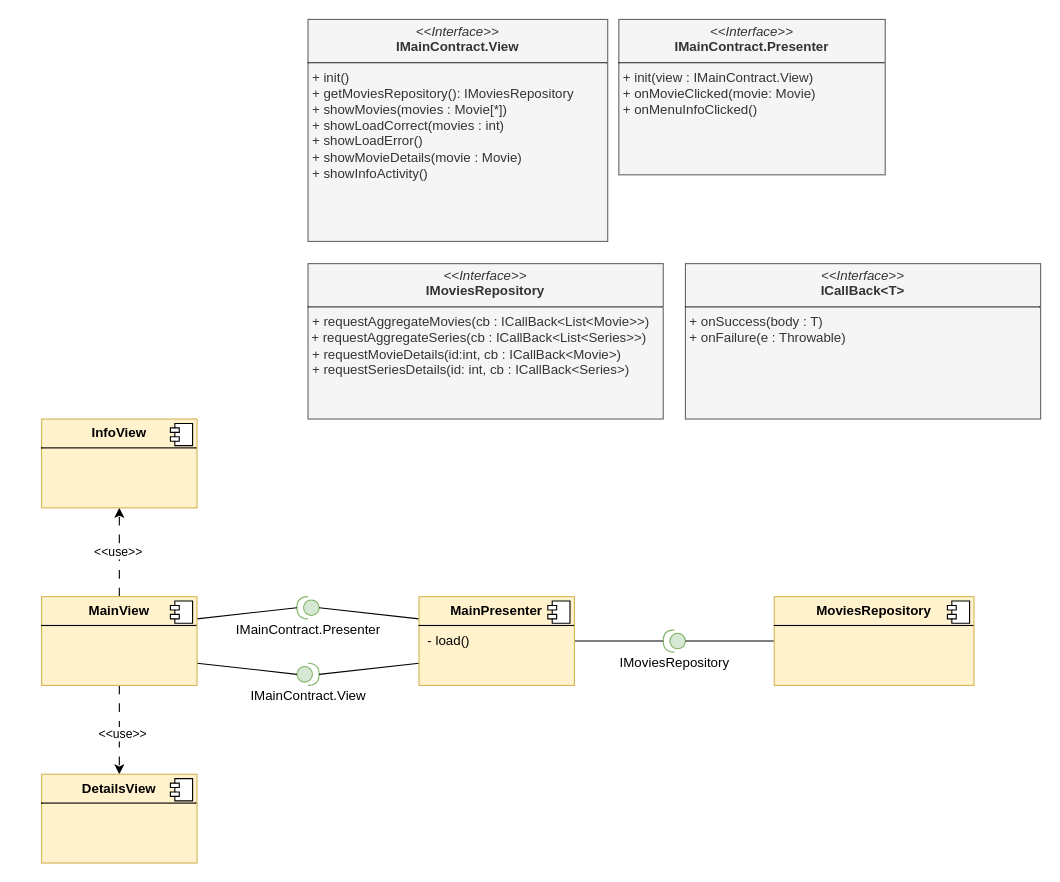
Above: Docs/Models/architecture.drawio in isunican/App-Movies-Grupo1 (draw.io), before the change. Source tidied: cells renumbered, new cells numbered last; positions are measured from the earlier drawing's top-left corner, leaving out a move shared by most shapes. Both pictures are drawn from the tidied source at 111%, with x=0, y=0 at pixel (41, 19).
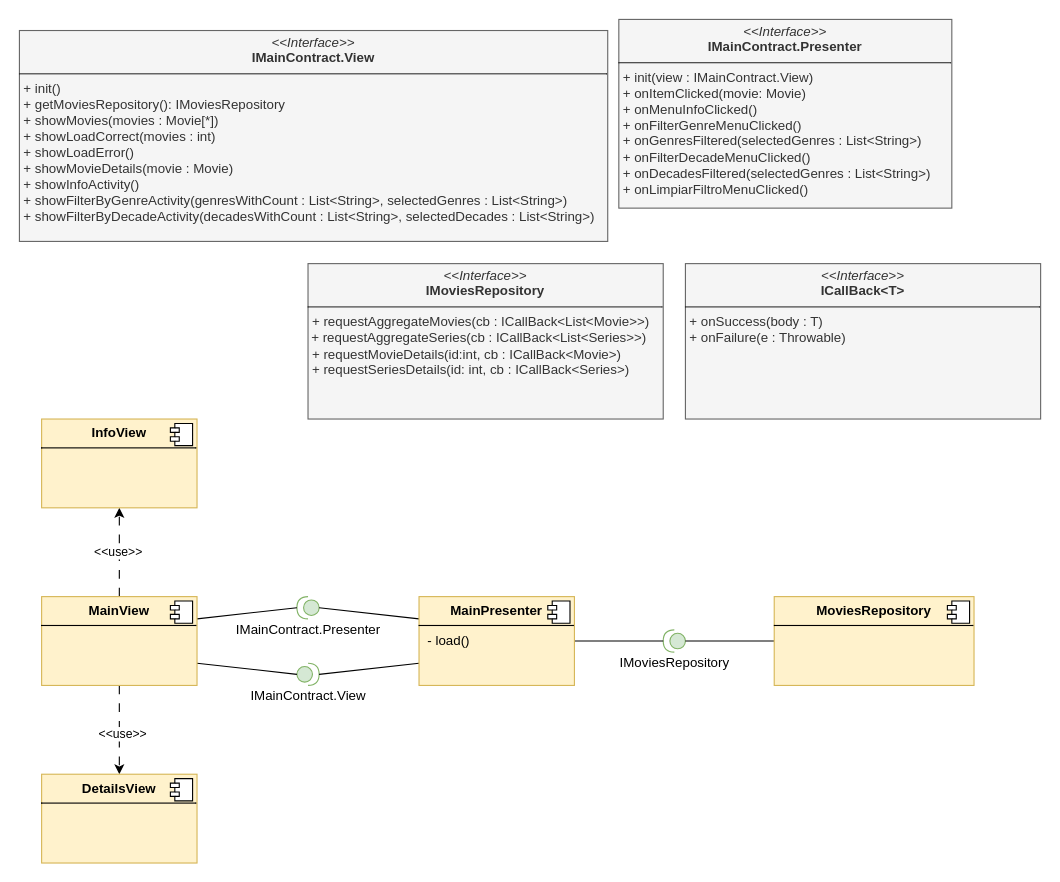
The same page after the edit.

Commit message:
Terminar el UML

What changed in the source:
```diff
@@
-    <mxCell id="2" value="&lt;p style=&quot;margin:0px;margin-top:4px;text-align:center;&quot;&gt;&lt;i&gt;&amp;lt;&amp;lt;Interface&amp;gt;&amp;gt;&lt;/i&gt;&lt;br&gt;&lt;b&gt;IMainContract.View&lt;/b&gt;&lt;/p&gt;&lt;hr size=&quot;1&quot; style=&quot;border-style:solid;&quot;&gt;&lt;p style=&quot;margin:0px;margin-left:4px;&quot;&gt;+ init()&lt;br&gt;+ getMoviesRepository(): IMoviesRepository&lt;/p&gt;&lt;p style=&quot;margin:0px;margin-left:4px;&quot;&gt;+ showMovies(movies : Movie[*])&lt;/p&gt;&lt;p style=&quot;margin:0px;margin-left:4px;&quot;&gt;+ showLoadCorrect(movies : int)&lt;/p&gt;&lt;p style=&quot;margin:0px;margin-left:4px;&quot;&gt;+ showLoadError()&lt;/p&gt;&lt;p style=&quot;margin:0px;margin-left:4px;&quot;&gt;+ showMovieDetails(movie : Movie)&lt;/p&gt;&lt;p style=&quot;margin:0px;margin-left:4px;&quot;&gt;+ showInfoActivity()&lt;/p&gt;" style="verticalAlign=top;align=left;overflow=fill;html=1;whiteSpace=wrap;fillColor=#f5f5f5;fontColor=#333333;strokeColor=#666666;" parent="1" vertex="1">
-      <mxGeometry x="240" width="270" height="200" as="geometry" />
+    <mxCell id="2" value="&lt;p style=&quot;margin:0px;margin-top:4px;text-align:center;&quot;&gt;&lt;i&gt;&amp;lt;&amp;lt;Interface&amp;gt;&amp;gt;&lt;/i&gt;&lt;br&gt;&lt;b&gt;IMainContract.View&lt;/b&gt;&lt;/p&gt;&lt;hr size=&quot;1&quot; style=&quot;border-style:solid;&quot;&gt;&lt;p style=&quot;margin:0px;margin-left:4px;&quot;&gt;+ init()&lt;br&gt;+ getMoviesRepository(): IMoviesRepository&lt;/p&gt;&lt;p style=&quot;margin:0px;margin-left:4px;&quot;&gt;+ showMovies(movies : Movie[*])&lt;/p&gt;&lt;p style=&quot;margin:0px;margin-left:4px;&quot;&gt;+ showLoadCorrect(movies : int)&lt;/p&gt;&lt;p style=&quot;margin:0px;margin-left:4px;&quot;&gt;+ showLoadError()&lt;/p&gt;&lt;p style=&quot;margin:0px;margin-left:4px;&quot;&gt;+ showMovieDetails(movie : Movie)&lt;/p&gt;&lt;p style=&quot;margin:0px;margin-left:4px;&quot;&gt;+ showInfoActivity()&lt;/p&gt;&lt;p style=&quot;margin:0px;margin-left:4px;&quot;&gt;+ showFilterByGenreActivity(genresWithCount : List&amp;lt;String&amp;gt;, selectedGenres : List&amp;lt;String&amp;gt;)&lt;/p&gt;&lt;p style=&quot;margin:0px;margin-left:4px;&quot;&gt;+&amp;nbsp;&lt;span style=&quot;background-color: transparent; color: light-dark(rgb(51, 51, 51), rgb(193, 193, 193));&quot;&gt;showFilterByDecadeActivity(decadesWithCount : List&amp;lt;String&amp;gt;, selectedDecades : List&amp;lt;String&amp;gt;)&lt;/span&gt;&lt;/p&gt;" style="verticalAlign=top;align=left;overflow=fill;html=1;whiteSpace=wrap;fillColor=#f5f5f5;fontColor=#333333;strokeColor=#666666;" parent="1" vertex="1">
+      <mxGeometry x="-20" y="10" width="530" height="190" as="geometry" />
     </mxCell>
@@
-    <mxCell id="22" value="&lt;p style=&quot;margin:0px;margin-top:4px;text-align:center;&quot;&gt;&lt;i&gt;&amp;lt;&amp;lt;Interface&amp;gt;&amp;gt;&lt;/i&gt;&lt;br&gt;&lt;b&gt;IMainContract.Presenter&lt;/b&gt;&lt;/p&gt;&lt;hr size=&quot;1&quot; style=&quot;border-style:solid;&quot;&gt;&lt;p style=&quot;margin:0px;margin-left:4px;&quot;&gt;+ init(view : IMainContract.View)&lt;br&gt;+ onMovieClicked(movie: Movie)&lt;/p&gt;&lt;p style=&quot;margin:0px;margin-left:4px;&quot;&gt;+ onMenuInfoClicked()&lt;/p&gt;" style="verticalAlign=top;align=left;overflow=fill;html=1;whiteSpace=wrap;fillColor=#f5f5f5;fontColor=#333333;strokeColor=#666666;" parent="1" vertex="1">
-      <mxGeometry x="520" width="240" height="140" as="geometry" />
+    <mxCell id="22" value="&lt;p style=&quot;margin:0px;margin-top:4px;text-align:center;&quot;&gt;&lt;i&gt;&amp;lt;&amp;lt;Interface&amp;gt;&amp;gt;&lt;/i&gt;&lt;br&gt;&lt;b&gt;IMainContract.Presenter&lt;/b&gt;&lt;/p&gt;&lt;hr size=&quot;1&quot; style=&quot;border-style:solid;&quot;&gt;&lt;p style=&quot;margin:0px;margin-left:4px;&quot;&gt;+ init(view : IMainContract.View)&lt;br&gt;+ onItemClicked(movie: Movie)&lt;/p&gt;&lt;p style=&quot;margin:0px;margin-left:4px;&quot;&gt;+ onMenuInfoClicked()&lt;/p&gt;&lt;p style=&quot;margin:0px;margin-left:4px;&quot;&gt;+ onFilterGenreMenuClicked()&lt;/p&gt;&lt;p style=&quot;margin:0px;margin-left:4px;&quot;&gt;+&amp;nbsp;&lt;span style=&quot;background-color: transparent; color: light-dark(rgb(51, 51, 51), rgb(193, 193, 193));&quot;&gt;onGenresFiltered(selectedGenres : List&amp;lt;String&amp;gt;)&lt;/span&gt;&lt;/p&gt;&lt;p style=&quot;margin:0px;margin-left:4px;&quot;&gt;&lt;span style=&quot;background-color: transparent; color: light-dark(rgb(51, 51, 51), rgb(193, 193, 193));&quot;&gt;+&amp;nbsp;&lt;/span&gt;&lt;span style=&quot;background-color: transparent; color: light-dark(rgb(51, 51, 51), rgb(193, 193, 193));&quot;&gt;onFilterDecadeMenuClicked()&lt;/span&gt;&lt;/p&gt;&lt;p style=&quot;margin:0px;margin-left:4px;&quot;&gt;&lt;span style=&quot;background-color: transparent; color: light-dark(rgb(51, 51, 51), rgb(193, 193, 193));&quot;&gt;+&amp;nbsp;&lt;/span&gt;&lt;span style=&quot;background-color: transparent; color: light-dark(rgb(51, 51, 51), rgb(193, 193, 193));&quot;&gt;onDecadesFiltered(selectedGenres : List&amp;lt;String&amp;gt;)&lt;/span&gt;&lt;/p&gt;&lt;p style=&quot;margin:0px;margin-left:4px;&quot;&gt;&lt;span style=&quot;background-color: transparent; color: light-dark(rgb(51, 51, 51), rgb(193, 193, 193));&quot;&gt;+ onLimpiarFiltroMenuClicked()&lt;/span&gt;&lt;/p&gt;" style="verticalAlign=top;align=left;overflow=fill;html=1;whiteSpace=wrap;fillColor=#f5f5f5;fontColor=#333333;strokeColor=#666666;" parent="1" vertex="1">
+      <mxGeometry x="520" width="300" height="170" as="geometry" />
     </mxCell>
```
